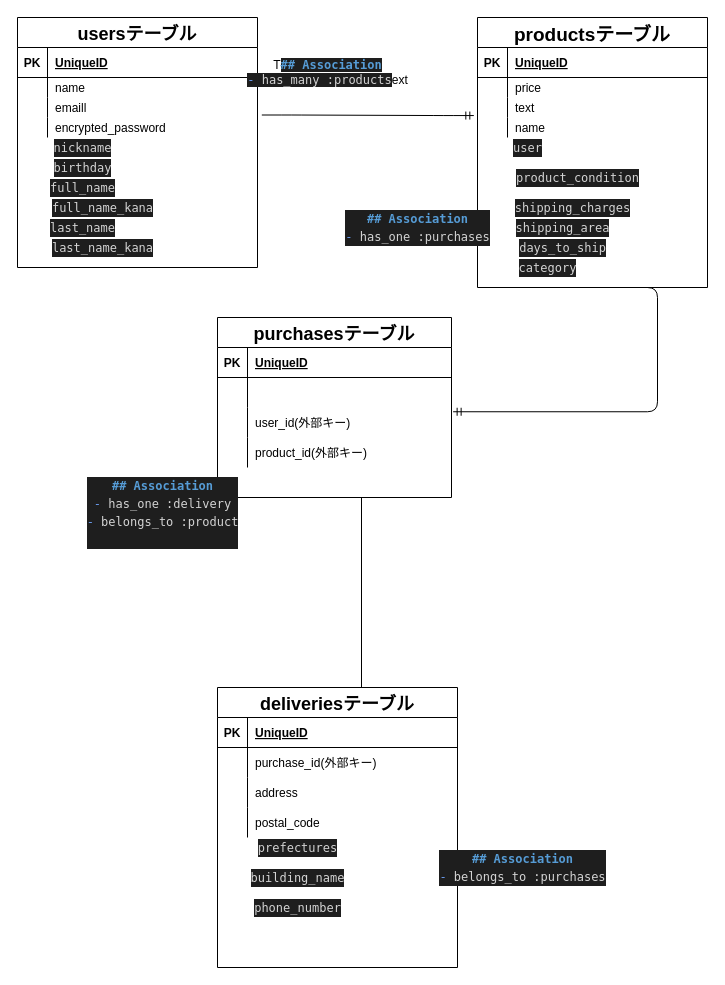
nanami-deep/furima-34361 keeps this draw.io diagram as test.dio. Above is the earlier version. Source tidied: cells renumbered, new cells numbered last; positions are measured from the earlier drawing's top-left corner, leaving out a move shared by most shapes. Both pictures are drawn from the tidied source at 100%, with x=0, y=0 at pixel (17, 17).
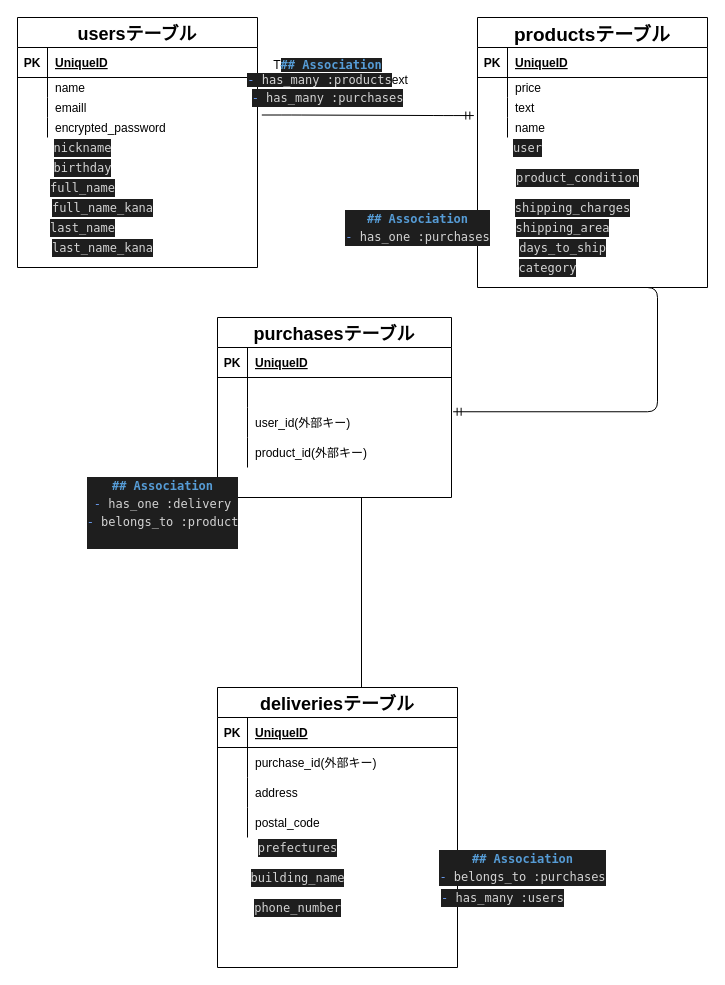
Above is the later version.

Commit message (it also covers changes not shown here):
データベース設計コード修正３

Change to the diagram source:
```diff
@@
+    <mxCell id="77" value="&lt;div style=&quot;color: rgb(212 , 212 , 212) ; background-color: rgb(30 , 30 , 30) ; font-family: &amp;#34;menlo&amp;#34; , &amp;#34;monaco&amp;#34; , &amp;#34;courier new&amp;#34; , monospace ; line-height: 18px&quot;&gt;&lt;span style=&quot;color: #6796e6&quot;&gt;-&lt;/span&gt; has_many :purchases&lt;/div&gt;" style="text;html=1;align=center;verticalAlign=middle;" parent="1" vertex="1">
+      <mxGeometry x="225" y="70" width="170" height="20" as="geometry" />
+    </mxCell>
+    <mxCell id="78" value="&lt;div style=&quot;color: rgb(212 , 212 , 212) ; background-color: rgb(30 , 30 , 30) ; font-family: &amp;#34;menlo&amp;#34; , &amp;#34;monaco&amp;#34; , &amp;#34;courier new&amp;#34; , monospace ; line-height: 18px&quot;&gt;&lt;span style=&quot;color: #6796e6&quot;&gt;-&lt;/span&gt; has_many :users&lt;/div&gt;" style="text;html=1;align=center;verticalAlign=middle;" parent="1" vertex="1">
+      <mxGeometry x="415" y="870" width="140" height="20" as="geometry" />
+    </mxCell>
```
